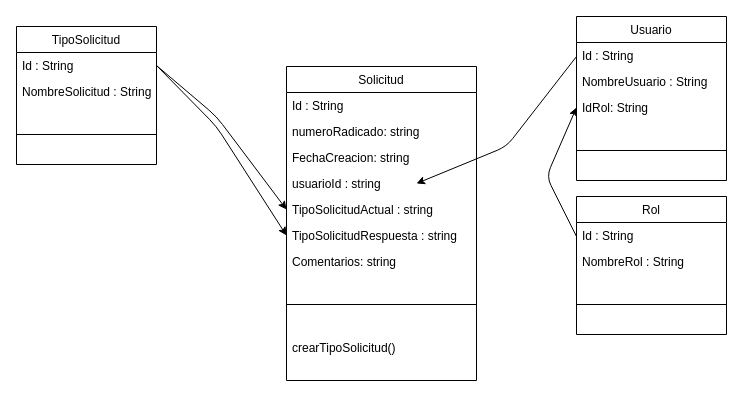
santiagorl229/ModeloDatos keeps this draw.io diagram as Untitled Diagram.drawio. Above is the earlier version. Source tidied: cells renumbered, new cells numbered last; positions are measured from the earlier drawing's top-left corner, leaving out a move shared by most shapes. Both pictures are drawn from the tidied source at 100%, with x=0, y=0 at pixel (16, 16).
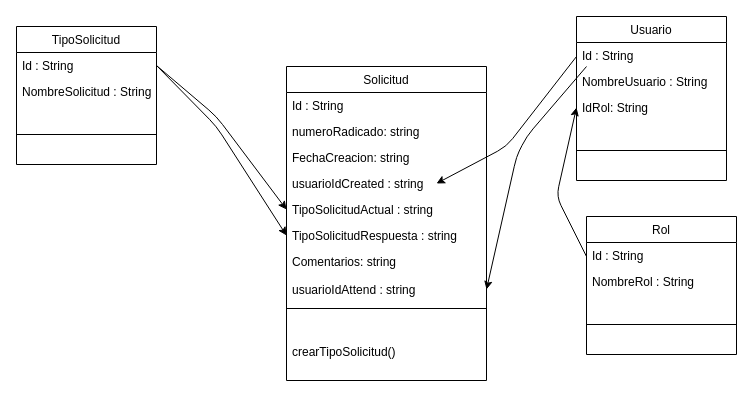
Above is the later version.

Unchanged cells that the change refers to:
```xml
<mxCell id="18" value="Usuario" style="swimlane;fontStyle=0;align=center;verticalAlign=top;horizontal=1;startSize=26;rounded=0;shadow=0;strokeWidth=1;" parent="1" vertex="1">
  <mxGeometry x="560" width="150" height="164" as="geometry" />
</mxCell>
```

Diff of the diagram source:
```diff
@@
     <mxCell id="2" value="Solicitud" style="swimlane;fontStyle=0;align=center;verticalAlign=top;horizontal=1;startSize=26;rounded=0;shadow=0;strokeWidth=1;" parent="1" vertex="1">
-      <mxGeometry x="270" y="50" width="190" height="314" as="geometry" />
+      <mxGeometry x="270" y="50" width="200" height="314" as="geometry" />
     </mxCell>
     <mxCell id="3" value="Id : String" style="text;align=left;verticalAlign=top;spacingLeft=4;spacingRight=4;overflow=hidden;" parent="2" vertex="1">
-      <mxGeometry y="26" width="190" height="26" as="geometry" />
+      <mxGeometry y="26" width="200" height="26" as="geometry" />
     </mxCell>
     <mxCell id="4" value="numeroRadicado: string" style="text;align=left;verticalAlign=top;spacingLeft=4;spacingRight=4;overflow=hidden;rounded=0;shadow=0;html=0;" parent="2" vertex="1">
-      <mxGeometry y="52" width="190" height="26" as="geometry" />
+      <mxGeometry y="52" width="200" height="26" as="geometry" />
     </mxCell>
     <mxCell id="5" value="FechaCreacion: string" style="text;align=left;verticalAlign=top;spacingLeft=4;spacingRight=4;overflow=hidden;rounded=0;shadow=0;html=0;" parent="2" vertex="1">
-      <mxGeometry y="78" width="190" height="26" as="geometry" />
+      <mxGeometry y="78" width="200" height="26" as="geometry" />
     </mxCell>
-    <mxCell id="6" value="usuarioId : string" style="text;align=left;verticalAlign=top;spacingLeft=4;spacingRight=4;overflow=hidden;rounded=0;shadow=0;html=0;" parent="2" vertex="1">
-      <mxGeometry y="104" width="190" height="26" as="geometry" />
+    <mxCell id="6" value="usuarioIdCreated : string" style="text;align=left;verticalAlign=top;spacingLeft=4;spacingRight=4;overflow=hidden;rounded=0;shadow=0;html=0;" parent="2" vertex="1">
+      <mxGeometry y="104" width="200" height="26" as="geometry" />
     </mxCell>
     <mxCell id="7" value="TipoSolicitudActual : string" style="text;align=left;verticalAlign=top;spacingLeft=4;spacingRight=4;overflow=hidden;points=[[0,0.5],[1,0.5]];portConstraint=eastwest;rounded=0;shadow=0;html=0;" parent="2" vertex="1">
-      <mxGeometry y="130" width="190" height="26" as="geometry" />
+      <mxGeometry y="130" width="200" height="26" as="geometry" />
     </mxCell>
     <mxCell id="8" value="TipoSolicitudRespuesta : string" style="text;align=left;verticalAlign=top;spacingLeft=4;spacingRight=4;overflow=hidden;points=[[0,0.5],[1,0.5]];portConstraint=eastwest;rounded=0;shadow=0;html=0;" parent="2" vertex="1">
-      <mxGeometry y="156" width="190" height="26" as="geometry" />
+      <mxGeometry y="156" width="200" height="26" as="geometry" />
     </mxCell>
     <mxCell id="9" value="Comentarios: string" style="text;align=left;verticalAlign=top;spacingLeft=4;spacingRight=4;overflow=hidden;rounded=0;shadow=0;html=0;" parent="2" vertex="1">
-      <mxGeometry y="182" width="190" height="26" as="geometry" />
+      <mxGeometry y="182" width="200" height="30" as="geometry" />
     </mxCell>
     <mxCell id="10" style="line;html=1;strokeWidth=1;align=left;verticalAlign=middle;spacingTop=-1;spacingLeft=3;spacingRight=3;labelPosition=right;" parent="2" vertex="1">
-      <mxGeometry y="208" width="190" height="60" as="geometry" />
+      <mxGeometry y="212" width="200" height="60" as="geometry" />
     </mxCell>
     <mxCell id="11" value="crearTipoSolicitud()" style="text;align=left;verticalAlign=top;spacingLeft=4;spacingRight=4;overflow=hidden;" parent="2" vertex="1">
-      <mxGeometry y="268" width="190" height="22" as="geometry" />
+      <mxGeometry y="272" width="200" height="22" as="geometry" />
     </mxCell>
@@
     <mxCell id="19" style="endArrow=classic;html=1;" parent="18" edge="1">
       <mxGeometry relative="1" as="geometry">
         <mxPoint y="40" as="sourcePoint" />
-        <mxPoint x="-160" y="167" as="targetPoint" />
+        <mxPoint x="-140" y="167" as="targetPoint" />
         <Array as="points">
           <mxPoint x="-70" y="130" />
         </Array>
       </mxGeometry>
     </mxCell>
@@
     <mxCell id="24" value="Rol" style="swimlane;fontStyle=0;align=center;verticalAlign=top;horizontal=1;startSize=26;rounded=0;shadow=0;strokeWidth=1;" parent="1" vertex="1">
-      <mxGeometry x="560" y="180" width="150" height="138" as="geometry" />
+      <mxGeometry x="570" y="200" width="150" height="138" as="geometry" />
     </mxCell>
@@
+    <mxCell id="29" value="usuarioIdAttend : string" style="text;align=left;verticalAlign=top;spacingLeft=4;spacingRight=4;overflow=hidden;points=[[0,0.5],[1,0.5]];portConstraint=eastwest;rounded=0;shadow=0;html=0;" parent="1" vertex="1">
+      <mxGeometry x="270" y="260" width="200" height="26" as="geometry" />
+    </mxCell>
+    <mxCell id="30" style="endArrow=classic;html=1;" parent="1" edge="1" target="29">
+      <mxGeometry relative="1" as="geometry">
+        <mxPoint x="570" y="50" as="sourcePoint" />
+        <Array as="points">
+          <mxPoint x="510" y="120" />
+          <mxPoint x="500" y="140" />
+          <mxPoint x="470" y="273" />
+        </Array>
+      </mxGeometry>
+    </mxCell>
```
